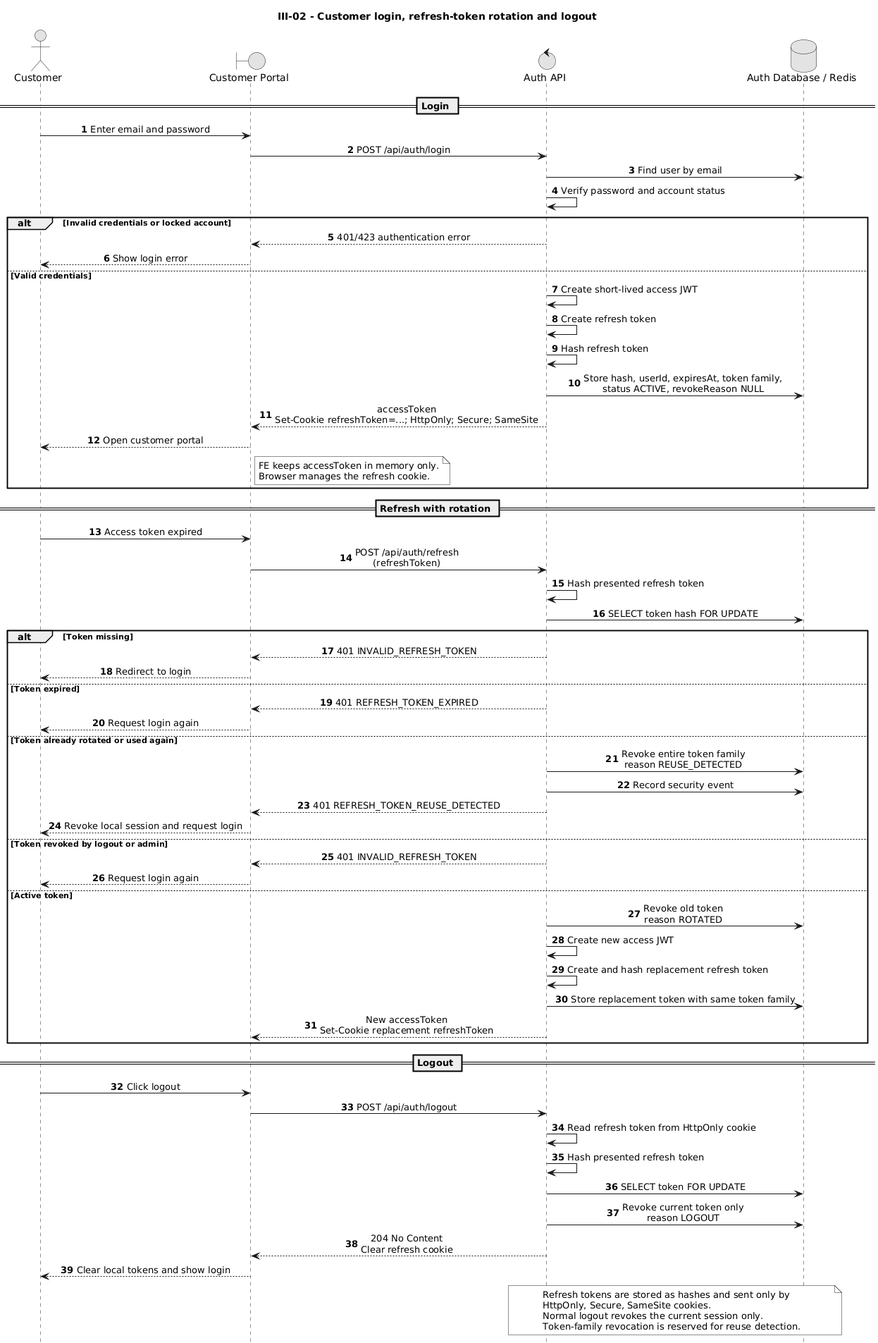
Earlier version of the PlantUML export docs/diagrams/customer/III-02-login-refresh-logout.png (duygri/do-an-htttdn-crm).
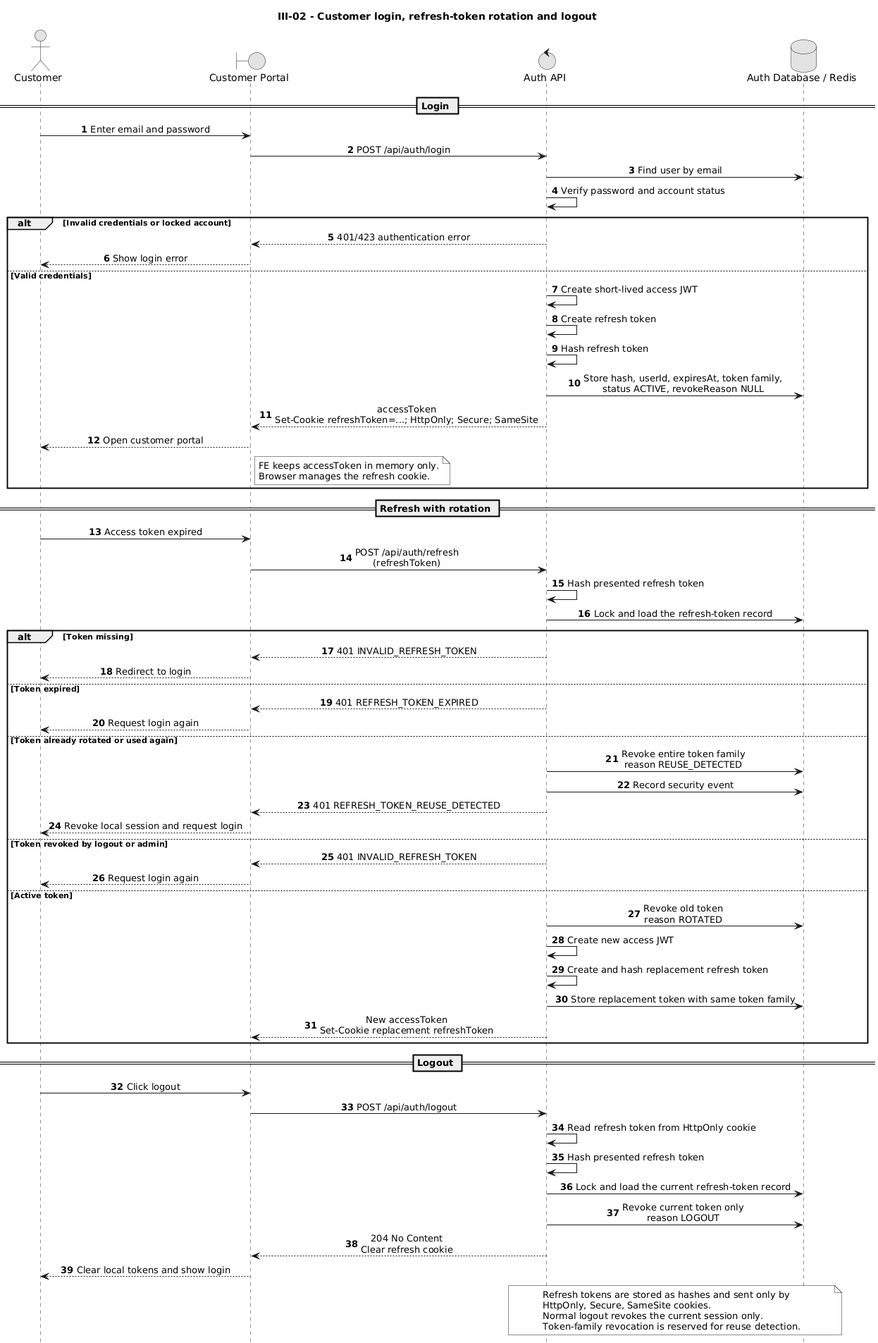
The same diagram one commit later.

What changed in the source:
```diff
@@ -40,7 +40,7 @@
 Customer -> Web: Access token expired
 Web -> API: POST /api/auth/refresh\n(refreshToken)
 API -> API: Hash presented refresh token
-API -> DB: SELECT token hash FOR UPDATE
+API -> DB: Lock and load the refresh-token record
 
 alt Token missing
     API --> Web: 401 INVALID_REFRESH_TOKEN
@@ -70,7 +70,7 @@
 Web -> API: POST /api/auth/logout
 API -> API: Read refresh token from HttpOnly cookie
 API -> API: Hash presented refresh token
-API -> DB: SELECT token FOR UPDATE
+API -> DB: Lock and load the current refresh-token record
 API -> DB: Revoke current token only\nreason LOGOUT
 API --> Web: 204 No Content\nClear refresh cookie
 Web --> Customer: Clear local tokens and show login
```
